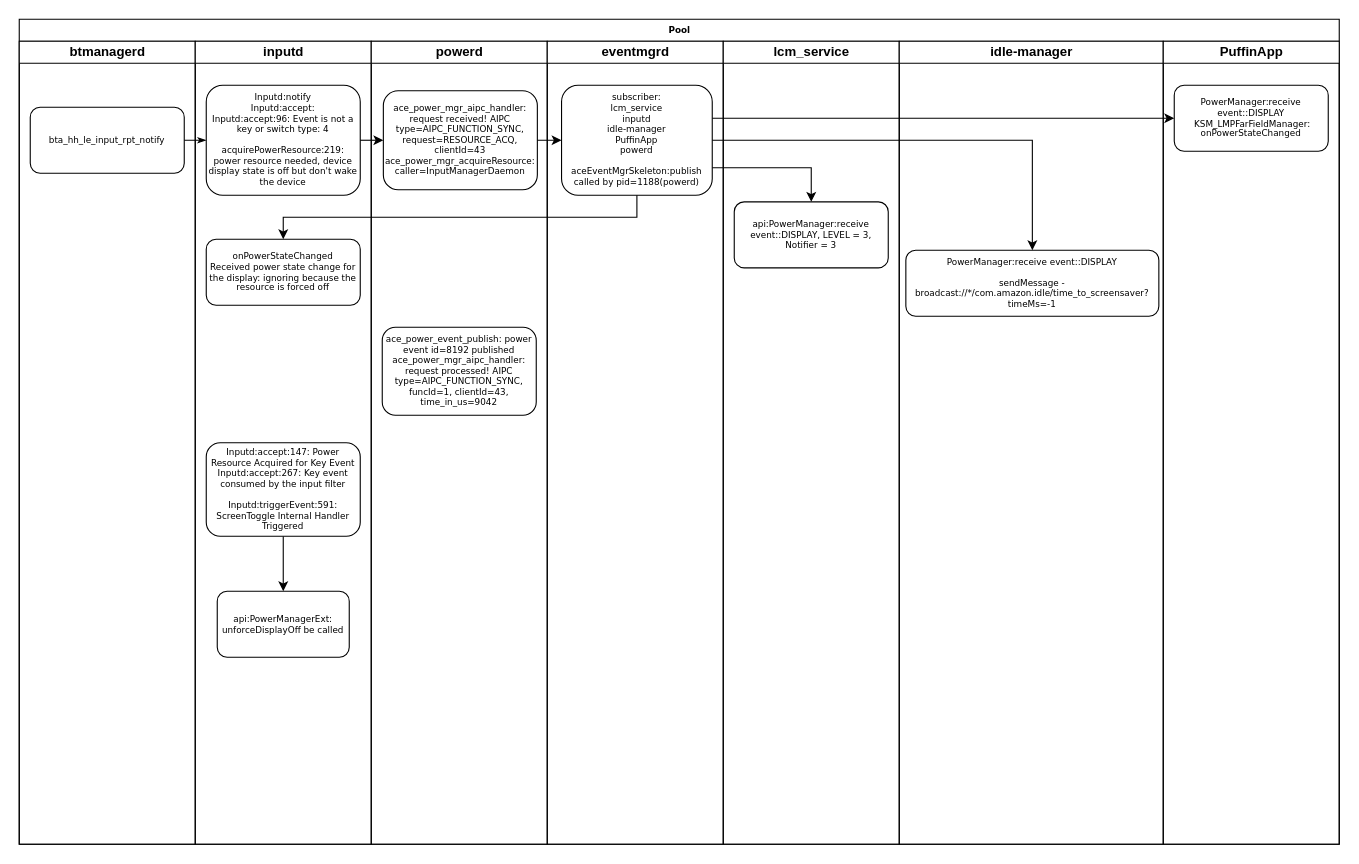
The draw.io diagram input_flow2.drawio in skyliangbogit/test, before the edit. Source tidied: cells renumbered, new cells numbered last; positions are measured from the earlier drawing's top-left corner, leaving out a move shared by most shapes. Both pictures are drawn from the tidied source at 110%, with x=0, y=0 at pixel (19, 19).
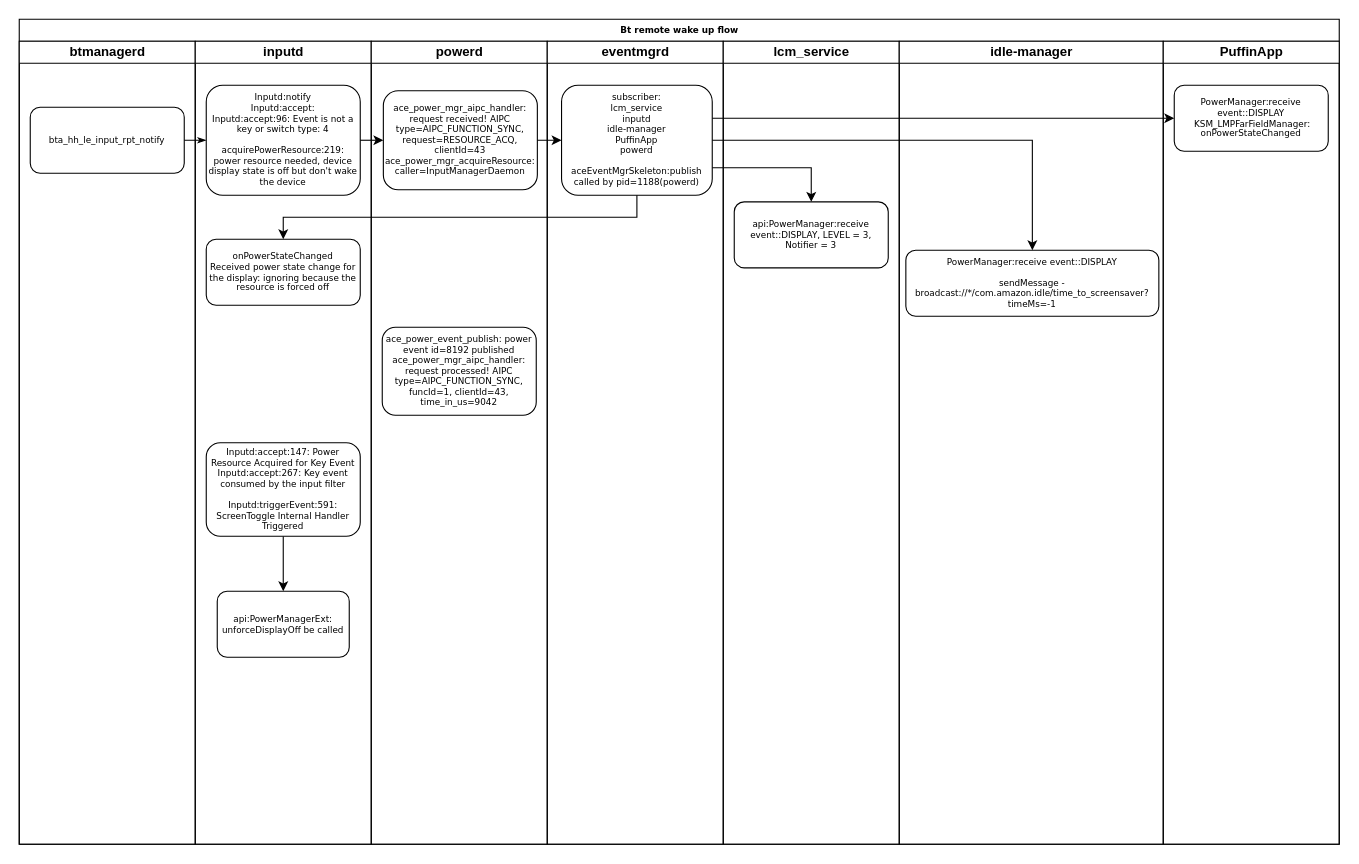
Above is the later version.

The edit, as a diff of the source:
```diff
@@
-    <mxCell id="2" value="Pool" style="swimlane;html=1;startSize=20;rounded=0;shadow=0;labelBackgroundColor=none;strokeWidth=1;fontFamily=Verdana;fontSize=8;align=center;" parent="1" vertex="1">
+    <mxCell id="2" value="Bt remote wake up flow" style="swimlane;html=1;startSize=20;rounded=0;shadow=0;labelBackgroundColor=none;strokeWidth=1;fontFamily=Verdana;fontSize=8;align=center;" parent="1" vertex="1">
       <mxGeometry width="1200" height="750" as="geometry" />
     </mxCell>
```
